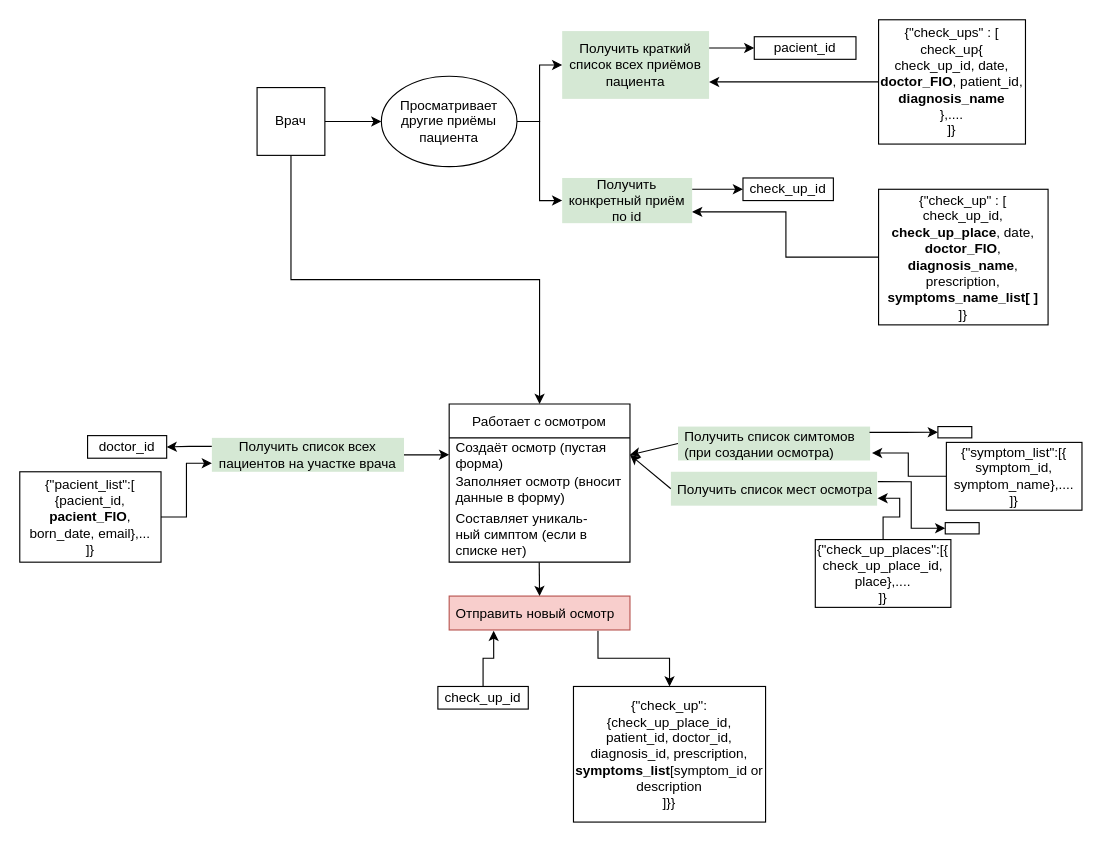
Rubelewaskes/Hospital keeps this draw.io diagram as page "Страница 2" (2 of 4) of Требования к проекту.drawio. Above is the earlier version. Source tidied: cells renumbered, new cells numbered last; positions are measured from the earlier drawing's top-left corner, leaving out a move shared by most shapes. Both pictures are drawn from the tidied source at 113%, with x=0, y=0 at pixel (19, 19).
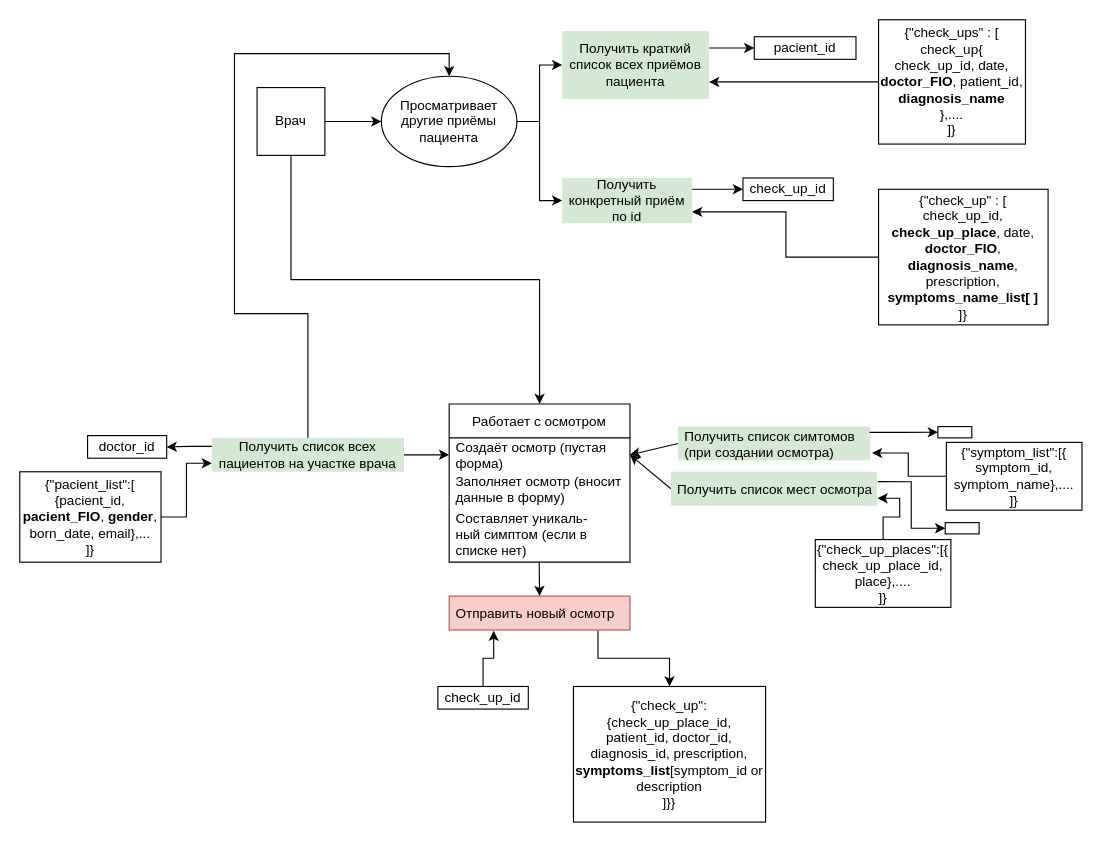
After the change.

The change refers to these unchanged cells:
```xml
<mxCell id="11" value="Просматривает другие приёмы пациента" style="ellipse;whiteSpace=wrap;html=1;" parent="1" vertex="1">
  <mxGeometry x="320" y="50" width="120" height="80" as="geometry" />
</mxCell>
<mxCell id="42" value="Получить список всех пациентов на участке врача" style="text;html=1;strokeColor=none;fillColor=#d5e8d4;align=center;verticalAlign=middle;whiteSpace=wrap;rounded=0;" parent="1" vertex="1">
  <mxGeometry x="170" y="370" width="170" height="30" as="geometry" />
</mxCell>
```

The edit, as a diff of the source:
```diff
@@
+    <mxCell id="46" style="edgeStyle=orthogonalEdgeStyle;rounded=0;jettySize=auto;html=1;entryX=0.5;entryY=0;entryDx=0;entryDy=0;exitX=0.5;exitY=0;exitDx=0;exitDy=0;" parent="1" edge="1" source="42" target="11">
+      <mxGeometry relative="1" as="geometry">
+        <Array as="points">
+          <mxPoint x="255" y="260" />
+          <mxPoint x="190" y="260" />
+          <mxPoint x="190" y="30" />
+          <mxPoint x="380" y="30" />
+        </Array>
+      </mxGeometry>
+    </mxCell>
@@
-    <mxCell id="45" value="{&quot;pacient_list&quot;:[&lt;br&gt;{pacient_id, &lt;b&gt;pacient_FIO&lt;/b&gt;, born_date, email},...&lt;br&gt;]}" style="rounded=0;whiteSpace=wrap;html=1;" parent="1" vertex="1">
+    <mxCell id="45" value="{&quot;pacient_list&quot;:[&lt;br&gt;{pacient_id, &lt;b&gt;pacient_FIO&lt;/b&gt;, &lt;b&gt;gender&lt;/b&gt;, born_date, email},...&lt;br&gt;]}" style="rounded=0;whiteSpace=wrap;html=1;" parent="1" vertex="1">
       <mxGeometry y="400" width="125" height="80" as="geometry" />
     </mxCell>
```
